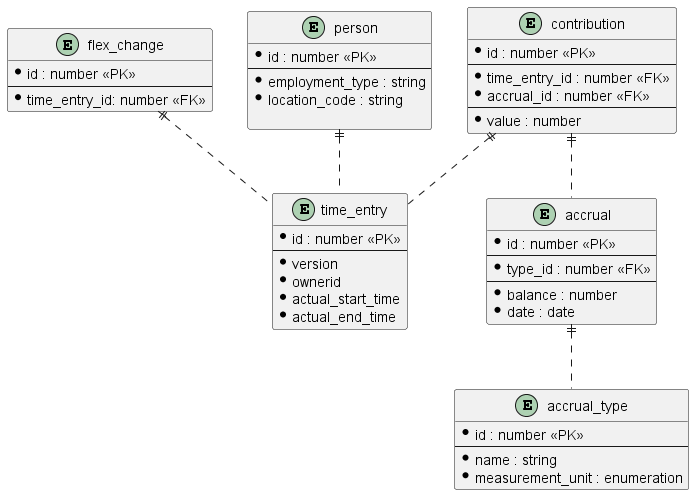
UKHomeOffice/callisto-accruals-restapi keeps this PlantUML diagram as docs/images/storage-model.png. Above is the earlier version.
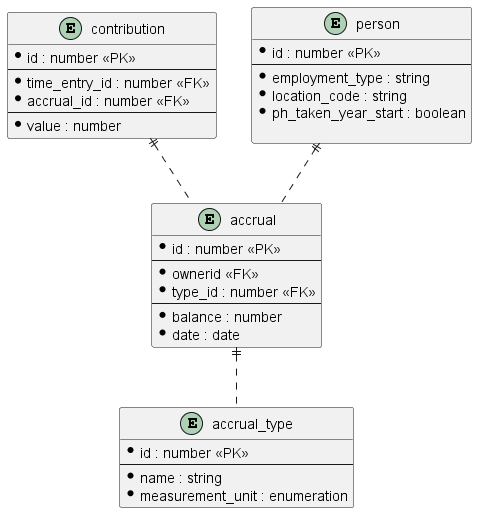
Above is the later version.

Change to the diagram source:
```diff
@@ -1,23 +1,10 @@
 @startuml
 
-entity time_entry {
-  * id : number <<PK>>
-  --
-  * version
-  * ownerid
-  * actual_start_time
-  * actual_end_time
-}
-
-entity flex_change {
-  * id : number <<PK>>
-  --
-  * time_entry_id: number <<FK>>
-}
 
 entity accrual {
   * id : number <<PK>>
   --
+  * ownerid << FK >>
   * type_id : number <<FK>>
   --
   * balance : number
@@ -42,18 +29,16 @@
 
 accrual ||.. accrual_type
 contribution ||.. accrual
-contribution ||.. time_entry
-flex_change ||.. time_entry
-
 
 entity person {
   * id : number <<PK>>
   --
   * employment_type : string
   * location_code : string
+  * ph_taken_year_start : boolean
 
 }
 
-person ||.. time_entry
+person ||.. accrual
 
 @enduml
```
